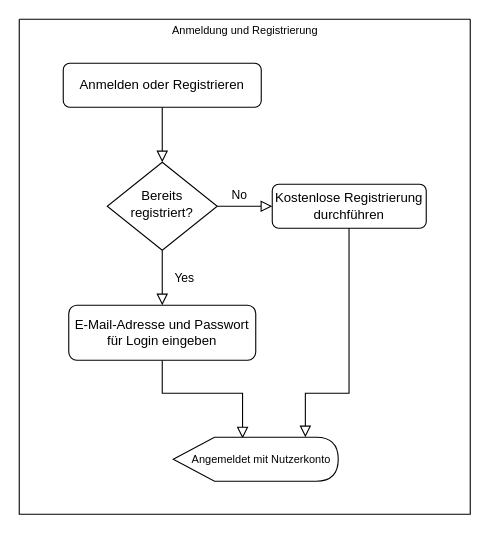
Above: ProjektdateienDatenbank/FlowCharts/Login_Registration.drawio in hatta137/sunshineparks (draw.io), before the change. Source tidied: cells renumbered, new cells numbered last; positions are measured from the earlier drawing's top-left corner, leaving out a move shared by most shapes. Both pictures are drawn from the tidied source at 110%, with x=0, y=0 at pixel (19, 19).
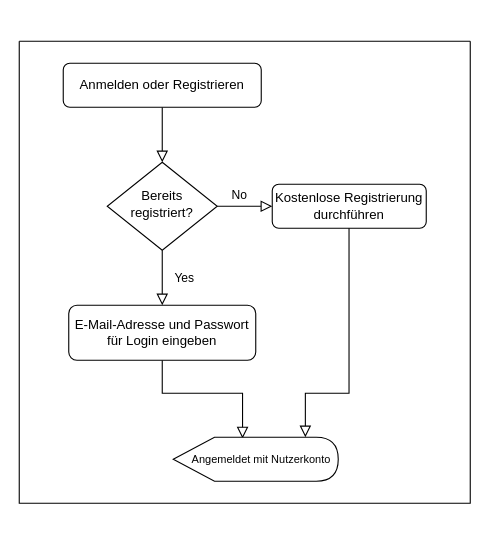
After the change.

Change to the diagram source:
```diff
@@
 <mxGraphModel>
   <root>
     <mxCell id="0" />
     <mxCell id="1" parent="0" />
     <mxCell id="2" style="rounded=0;html=1;jettySize=auto;fontSize=11;endArrow=block;endFill=0;endSize=8;strokeWidth=1;shadow=0;labelBackgroundColor=none;edgeStyle=orthogonalEdgeStyle;" parent="1" edge="1" source="3" target="6">
       <mxGeometry relative="1" as="geometry" />
     </mxCell>
     <mxCell id="3" value="Anmelden oder Registrieren" style="rounded=1;whiteSpace=wrap;html=1;fontSize=12;glass=0;strokeWidth=1;shadow=0;" parent="1" vertex="1">
       <mxGeometry x="40" y="40" width="180" height="40" as="geometry" />
     </mxCell>
     <mxCell id="4" value="Yes" style="rounded=0;html=1;jettySize=auto;fontSize=11;endArrow=block;endFill=0;endSize=8;strokeWidth=1;shadow=0;labelBackgroundColor=none;edgeStyle=orthogonalEdgeStyle;entryX=0.5;entryY=0;entryDx=0;entryDy=0;" parent="1" edge="1" source="6" target="9">
       <mxGeometry y="20" relative="1" as="geometry" />
     </mxCell>
     <mxCell id="5" style="edgeStyle=orthogonalEdgeStyle;rounded=0;html=1;jettySize=auto;fontSize=11;endArrow=block;endFill=0;endSize=8;strokeWidth=1;shadow=0;labelBackgroundColor=none;" parent="1" edge="1" source="6" target="7">
       <mxGeometry y="10" relative="1" as="geometry" />
     </mxCell>
     <mxCell id="6" value="Bereits registriert?" style="rhombus;whiteSpace=wrap;html=1;shadow=0;fontFamily=Helvetica;fontSize=12;align=center;strokeWidth=1;spacing=6;spacingTop=-4;" parent="1" vertex="1">
       <mxGeometry x="80" y="130" width="100" height="80" as="geometry" />
     </mxCell>
     <mxCell id="7" value="Kostenlose Registrierung&lt;br&gt;durchführen" style="rounded=1;whiteSpace=wrap;html=1;fontSize=12;glass=0;strokeWidth=1;shadow=0;" parent="1" vertex="1">
       <mxGeometry x="230" y="150" width="140" height="40" as="geometry" />
     </mxCell>
     <mxCell id="8" style="edgeStyle=orthogonalEdgeStyle;rounded=0;jettySize=auto;html=1;entryX=0.42;entryY=0.026;entryDx=0;entryDy=0;entryPerimeter=0;fontSize=10;endArrow=block;endFill=0;endSize=8;" parent="1" edge="1" source="9" target="12">
       <mxGeometry relative="1" as="geometry">
         <Array as="points">
           <mxPoint x="130" y="340" />
           <mxPoint x="203" y="340" />
         </Array>
       </mxGeometry>
     </mxCell>
     <mxCell id="9" value="E-Mail-Adresse und Passwort für Login eingeben" style="rounded=1;whiteSpace=wrap;html=1;fontSize=12;glass=0;strokeWidth=1;shadow=0;" parent="1" vertex="1">
       <mxGeometry x="45" y="260" width="170" height="50" as="geometry" />
     </mxCell>
     <mxCell id="10" style="rounded=0;html=1;jettySize=auto;orthogonalLoop=1;fontSize=11;endArrow=block;endFill=0;endSize=8;strokeWidth=1;shadow=0;labelBackgroundColor=none;edgeStyle=orthogonalEdgeStyle;entryX=0.593;entryY=0;entryDx=0;entryDy=0;entryPerimeter=0;" parent="1" edge="1">
       <mxGeometry y="20" relative="1" as="geometry">
         <mxPoint x="299.8" y="190" as="sourcePoint" />
         <mxPoint x="260.1" y="380" as="targetPoint" />
         <Array as="points">
           <mxPoint x="300" y="340" />
           <mxPoint x="260" y="340" />
         </Array>
       </mxGeometry>
     </mxCell>
     <mxCell id="11" value="No" style="text;html=1;align=center;verticalAlign=middle;strokeColor=none;fillColor=none;fontSize=11;" parent="1" vertex="1">
       <mxGeometry x="185" y="150" width="30" height="20" as="geometry" />
     </mxCell>
     <mxCell id="12" value="&amp;nbsp; &amp;nbsp; Angemeldet mit Nutzerkonto" style="shape=display;whiteSpace=wrap;html=1;fontSize=10;" parent="1" vertex="1">
       <mxGeometry x="140" y="380" width="150" height="40" as="geometry" />
     </mxCell>
     <mxCell id="13" style="swimlane;startSize=0;fontSize=10;" parent="1" vertex="1">
-      <mxGeometry width="410" height="450" as="geometry" />
+      <mxGeometry y="20" width="410" height="420" as="geometry" />
     </mxCell>
-    <mxCell id="14" value="Anmeldung und Registrierung" style="text;html=1;align=center;verticalAlign=middle;strokeColor=none;fillColor=none;fontSize=10;" parent="13" vertex="1">
-      <mxGeometry x="130" width="150" height="20" as="geometry" />
-    </mxCell>
   </root>
 </mxGraphModel>
```
